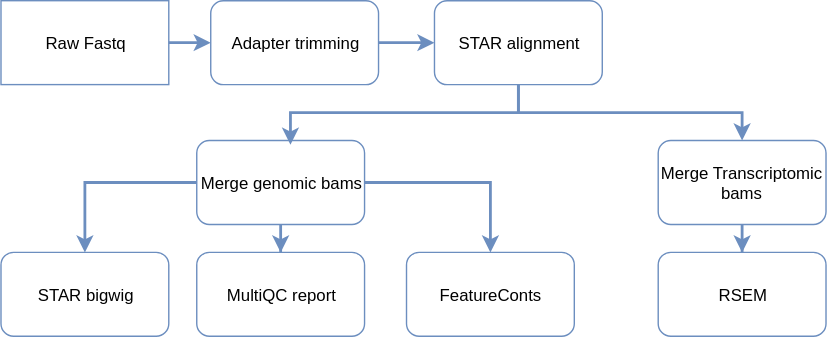
imperial-genomics-facility/igf-pipeline-help keeps this draw.io diagram as images/transcriptome.svg. Above is the earlier version. Source tidied: cells renumbered, new cells last; positions are measured from the earlier drawing's top-left corner, leaving out a move shared by most shapes. The source it was exported from:
```xml
<mxGraphModel>
  <root>
    <mxCell id="0" />
    <mxCell id="1" parent="0" />
    <mxCell id="2" style="edgeStyle=orthogonalEdgeStyle;rounded=0;html=1;entryX=0;entryY=0.5;jettySize=auto;strokeWidth=2;fillColor=#dae8fc;strokeColor=#6c8ebf;" parent="1" edge="1" source="3" target="5">
      <mxGeometry relative="1" as="geometry" />
    </mxCell>
    <mxCell id="3" value="Raw Fastq" style="rounded=0;whiteSpace=wrap;html=1;fillColor=none;strokeColor=#6c8ebf;" parent="1" vertex="1">
      <mxGeometry width="120" height="60" as="geometry" />
    </mxCell>
    <mxCell id="4" style="edgeStyle=orthogonalEdgeStyle;rounded=0;html=1;exitX=1;exitY=0.5;entryX=0;entryY=0.5;jettySize=auto;strokeWidth=2;fillColor=#dae8fc;strokeColor=#6c8ebf;" parent="1" edge="1" source="5" target="8">
      <mxGeometry relative="1" as="geometry" />
    </mxCell>
    <mxCell id="5" value="Adapter trimming" style="rounded=1;whiteSpace=wrap;html=1;fillColor=none;strokeColor=#6c8ebf;" parent="1" vertex="1">
      <mxGeometry x="150" width="120" height="60" as="geometry" />
    </mxCell>
    <mxCell id="6" style="edgeStyle=orthogonalEdgeStyle;rounded=0;html=1;exitX=0.5;exitY=1;entryX=0.558;entryY=0.05;entryPerimeter=0;jettySize=auto;strokeWidth=2;fillColor=#dae8fc;strokeColor=#6c8ebf;" parent="1" edge="1" source="8" target="12">
      <mxGeometry relative="1" as="geometry" />
    </mxCell>
    <mxCell id="7" style="edgeStyle=orthogonalEdgeStyle;rounded=0;html=1;exitX=0.5;exitY=1;jettySize=auto;strokeWidth=2;fillColor=#dae8fc;strokeColor=#6c8ebf;" parent="1" edge="1" source="8" target="14">
      <mxGeometry relative="1" as="geometry" />
    </mxCell>
    <mxCell id="8" value="STAR alignment" style="rounded=1;whiteSpace=wrap;html=1;fillColor=none;strokeColor=#6c8ebf;" parent="1" vertex="1">
      <mxGeometry x="310" width="120" height="60" as="geometry" />
    </mxCell>
    <mxCell id="9" style="edgeStyle=orthogonalEdgeStyle;rounded=0;html=1;jettySize=auto;strokeWidth=2;fillColor=#dae8fc;strokeColor=#6c8ebf;" parent="1" edge="1" source="12" target="15">
      <mxGeometry relative="1" as="geometry" />
    </mxCell>
    <mxCell id="10" style="edgeStyle=orthogonalEdgeStyle;rounded=0;html=1;exitX=1;exitY=0.5;jettySize=auto;strokeWidth=2;fillColor=#dae8fc;strokeColor=#6c8ebf;" parent="1" edge="1" source="12" target="16">
      <mxGeometry relative="1" as="geometry" />
    </mxCell>
    <mxCell id="11" style="edgeStyle=orthogonalEdgeStyle;rounded=0;html=1;entryX=0.5;entryY=0;jettySize=auto;strokeWidth=2;fillColor=#dae8fc;strokeColor=#6c8ebf;" parent="1" edge="1" source="12" target="17">
      <mxGeometry relative="1" as="geometry" />
    </mxCell>
    <mxCell id="12" value="Merge genomic bams" style="rounded=1;whiteSpace=wrap;html=1;fillColor=none;strokeColor=#6c8ebf;" parent="1" vertex="1">
      <mxGeometry x="140" y="100" width="120" height="60" as="geometry" />
    </mxCell>
    <mxCell id="13" style="edgeStyle=orthogonalEdgeStyle;rounded=0;html=1;exitX=0.5;exitY=1;jettySize=auto;strokeWidth=2;fillColor=#dae8fc;strokeColor=#6c8ebf;" parent="1" edge="1" source="14" target="18">
      <mxGeometry relative="1" as="geometry" />
    </mxCell>
    <mxCell id="14" value="Merge Transcriptomic bams" style="rounded=1;whiteSpace=wrap;html=1;fillColor=none;strokeColor=#6c8ebf;" parent="1" vertex="1">
      <mxGeometry x="470" y="100" width="120" height="60" as="geometry" />
    </mxCell>
    <mxCell id="15" value="STAR bigwig" style="rounded=1;whiteSpace=wrap;html=1;fillColor=none;strokeColor=#6c8ebf;" parent="1" vertex="1">
      <mxGeometry y="180" width="120" height="60" as="geometry" />
    </mxCell>
    <mxCell id="16" value="FeatureConts" style="rounded=1;whiteSpace=wrap;html=1;fillColor=none;strokeColor=#6c8ebf;" parent="1" vertex="1">
      <mxGeometry x="290" y="180" width="120" height="60" as="geometry" />
    </mxCell>
    <mxCell id="17" value="MultiQC report" style="rounded=1;whiteSpace=wrap;html=1;fillColor=none;strokeColor=#6c8ebf;" parent="1" vertex="1">
      <mxGeometry x="140" y="180" width="120" height="60" as="geometry" />
    </mxCell>
    <mxCell id="18" value="RSEM" style="rounded=1;whiteSpace=wrap;html=1;fillColor=none;strokeColor=#6c8ebf;" parent="1" vertex="1">
      <mxGeometry x="470" y="180" width="120" height="60" as="geometry" />
    </mxCell>
  </root>
</mxGraphModel>
```
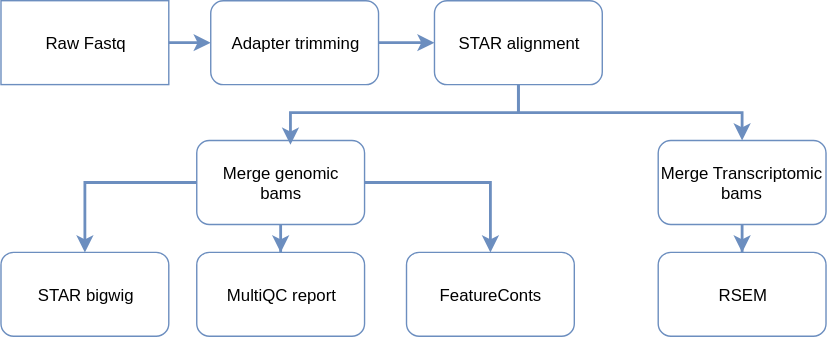
After the change.

Change to the diagram source:
```diff
@@ -32,7 +32,7 @@
     <mxCell id="11" style="edgeStyle=orthogonalEdgeStyle;rounded=0;html=1;entryX=0.5;entryY=0;jettySize=auto;strokeWidth=2;fillColor=#dae8fc;strokeColor=#6c8ebf;" parent="1" edge="1" source="12" target="17">
       <mxGeometry relative="1" as="geometry" />
     </mxCell>
-    <mxCell id="12" value="Merge genomic bams" style="rounded=1;whiteSpace=wrap;html=1;fillColor=none;strokeColor=#6c8ebf;" parent="1" vertex="1">
+    <mxCell id="12" value="Merge genomic &lt;br&gt;bams" style="rounded=1;whiteSpace=wrap;html=1;fillColor=none;strokeColor=#6c8ebf;" parent="1" vertex="1">
       <mxGeometry x="140" y="100" width="120" height="60" as="geometry" />
     </mxCell>
     <mxCell id="13" style="edgeStyle=orthogonalEdgeStyle;rounded=0;html=1;exitX=0.5;exitY=1;jettySize=auto;strokeWidth=2;fillColor=#dae8fc;strokeColor=#6c8ebf;" parent="1" edge="1" source="14" target="18">
```
